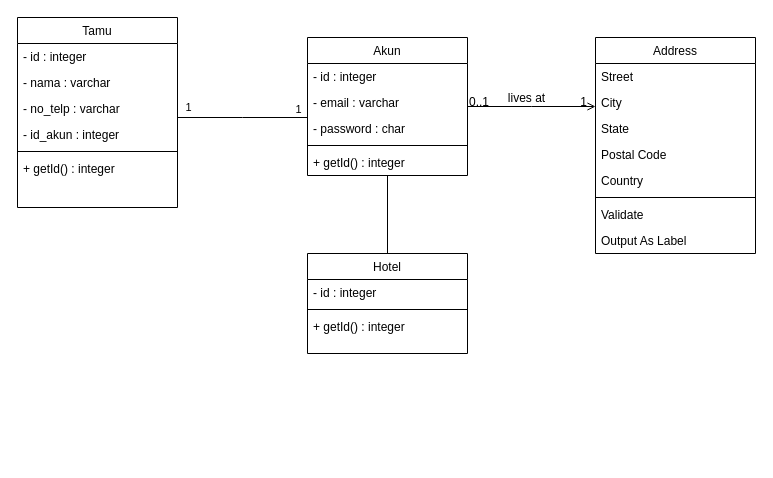
ahmrh/diagrams.net keeps this draw.io diagram as modul8-aps.drawio. Above is the earlier version. Source tidied: cells renumbered, new cells numbered last; positions are measured from the earlier drawing's top-left corner, leaving out a move shared by most shapes. Both pictures are drawn from the tidied source at 100%, with x=0, y=0 at pixel (17, 17).
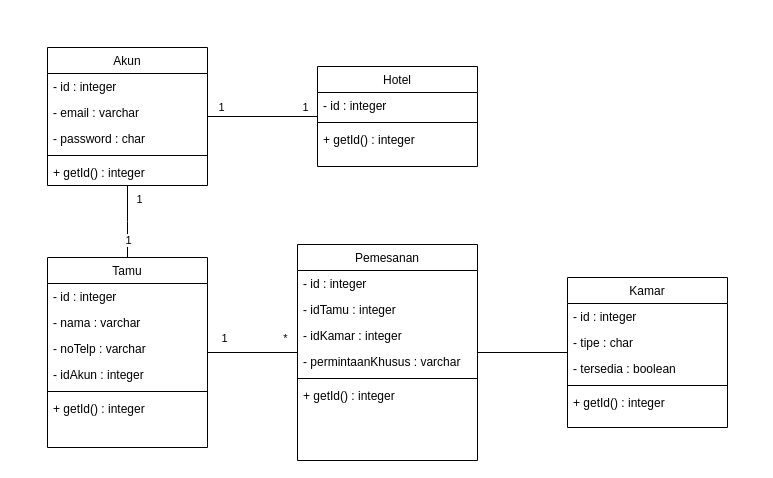
The same diagram, later.

The change refers to these unchanged cells:
```xml
<mxCell id="31" style="edgeStyle=orthogonalEdgeStyle;rounded=0;jettySize=auto;html=1;endArrow=none;endFill=0;" parent="1" edge="1" source="32" target="2">
  <mxGeometry relative="1" as="geometry" />
</mxCell>
```

Diff of the diagram source:
```diff
@@
     <mxCell id="2" value="Akun" style="swimlane;fontStyle=0;align=center;verticalAlign=top;horizontal=1;startSize=26;rounded=0;shadow=0;strokeWidth=1;" parent="1" vertex="1">
-      <mxGeometry x="290" y="20" width="160" height="138" as="geometry" />
+      <mxGeometry x="30" y="30" width="160" height="138" as="geometry" />
     </mxCell>
@@
+    <mxCell id="36" style="edgeStyle=orthogonalEdgeStyle;rounded=0;jettySize=auto;html=1;endArrow=none;endFill=0;" parent="1" edge="1" source="8" target="18">
+      <mxGeometry relative="1" as="geometry" />
+    </mxCell>
+    <mxCell id="37" value="1" style="edgeLabel;html=1;align=center;verticalAlign=middle;" parent="36" vertex="1">
+      <mxGeometry x="-0.64" y="-1" relative="1" as="geometry">
+        <mxPoint y="-16" as="offset" />
+      </mxGeometry>
+    </mxCell>
+    <mxCell id="38" value="*" style="edgeLabel;html=1;align=center;verticalAlign=middle;" parent="36" vertex="1">
+      <mxGeometry x="0.7" relative="1" as="geometry">
+        <mxPoint y="-15" as="offset" />
+      </mxGeometry>
+    </mxCell>
     <mxCell id="8" value="Tamu" style="swimlane;fontStyle=0;align=center;verticalAlign=top;horizontal=1;startSize=26;rounded=0;shadow=0;strokeWidth=1;" parent="1" vertex="1">
-      <mxGeometry width="160" height="190" as="geometry" />
+      <mxGeometry x="30" y="240" width="160" height="190" as="geometry" />
     </mxCell>
@@
-    <mxCell id="11" value="- no_telp : varchar" style="text;align=left;verticalAlign=top;spacingLeft=4;spacingRight=4;overflow=hidden;" parent="8" vertex="1">
+    <mxCell id="11" value="- noTelp : varchar" style="text;align=left;verticalAlign=top;spacingLeft=4;spacingRight=4;overflow=hidden;" parent="8" vertex="1">
       <mxGeometry y="78" width="160" height="26" as="geometry" />
     </mxCell>
-    <mxCell id="12" value="- id_akun : integer" style="text;align=left;verticalAlign=top;spacingLeft=4;spacingRight=4;overflow=hidden;" parent="8" vertex="1">
+    <mxCell id="12" value="- idAkun : integer" style="text;align=left;verticalAlign=top;spacingLeft=4;spacingRight=4;overflow=hidden;" parent="8" vertex="1">
       <mxGeometry y="104" width="160" height="26" as="geometry" />
     </mxCell>
@@
-    <mxCell id="15" style="endArrow=none;endSize=10;endFill=0;shadow=0;strokeWidth=1;rounded=0;edgeStyle=elbowEdgeStyle;elbow=vertical;" parent="1" edge="1">
-      <mxGeometry relative="1" as="geometry">
-        <mxPoint x="160" y="100" as="sourcePoint" />
-        <mxPoint x="290" y="100" as="targetPoint" />
-      </mxGeometry>
+    <mxCell id="15" style="endArrow=none;endSize=10;endFill=0;shadow=0;strokeWidth=1;rounded=0;edgeStyle=elbowEdgeStyle;elbow=vertical;" parent="1" edge="1" source="8" target="2">
+      <mxGeometry relative="1" as="geometry" />
     </mxCell>
@@
     <mxCell id="17" value="1" style="edgeLabel;html=1;align=center;verticalAlign=middle;" parent="15" vertex="1">
       <mxGeometry x="0.45" y="2" relative="1" as="geometry">
-        <mxPoint x="26" y="-7" as="offset" />
+        <mxPoint x="13" y="-7" as="offset" />
       </mxGeometry>
     </mxCell>
+    <mxCell id="39" style="edgeStyle=orthogonalEdgeStyle;rounded=0;jettySize=auto;html=1;endArrow=none;endFill=0;" parent="1" edge="1" source="18" target="42">
+      <mxGeometry relative="1" as="geometry" />
+    </mxCell>
-    <mxCell id="18" value="Address" style="swimlane;fontStyle=0;align=center;verticalAlign=top;horizontal=1;startSize=26;rounded=0;shadow=0;strokeWidth=1;" parent="1" vertex="1">
-      <mxGeometry x="578" y="20" width="160" height="216" as="geometry" />
+    <mxCell id="18" value="Pemesanan" style="swimlane;fontStyle=0;align=center;verticalAlign=top;horizontal=1;startSize=26;rounded=0;shadow=0;strokeWidth=1;" parent="1" vertex="1">
+      <mxGeometry x="280" y="227" width="180" height="216" as="geometry" />
     </mxCell>
-    <mxCell id="19" value="Street" style="text;align=left;verticalAlign=top;spacingLeft=4;spacingRight=4;overflow=hidden;" parent="18" vertex="1">
-      <mxGeometry y="26" width="160" height="26" as="geometry" />
+    <mxCell id="19" value="- id : integer" style="text;align=left;verticalAlign=top;spacingLeft=4;spacingRight=4;overflow=hidden;" parent="18" vertex="1">
+      <mxGeometry y="26" width="180" height="26" as="geometry" />
     </mxCell>
-    <mxCell id="20" value="City" style="text;align=left;verticalAlign=top;spacingLeft=4;spacingRight=4;overflow=hidden;rounded=0;shadow=0;html=0;" parent="18" vertex="1">
-      <mxGeometry y="52" width="160" height="26" as="geometry" />
+    <mxCell id="20" value="- idTamu : integer" style="text;align=left;verticalAlign=top;spacingLeft=4;spacingRight=4;overflow=hidden;rounded=0;shadow=0;html=0;" parent="18" vertex="1">
+      <mxGeometry y="52" width="180" height="26" as="geometry" />
     </mxCell>
-    <mxCell id="21" value="State" style="text;align=left;verticalAlign=top;spacingLeft=4;spacingRight=4;overflow=hidden;rounded=0;shadow=0;html=0;" parent="18" vertex="1">
-      <mxGeometry y="78" width="160" height="26" as="geometry" />
+    <mxCell id="21" value="- idKamar : integer" style="text;align=left;verticalAlign=top;spacingLeft=4;spacingRight=4;overflow=hidden;rounded=0;shadow=0;html=0;" parent="18" vertex="1">
+      <mxGeometry y="78" width="180" height="26" as="geometry" />
     </mxCell>
-    <mxCell id="22" value="Postal Code" style="text;align=left;verticalAlign=top;spacingLeft=4;spacingRight=4;overflow=hidden;rounded=0;shadow=0;html=0;" parent="18" vertex="1">
-      <mxGeometry y="104" width="160" height="26" as="geometry" />
+    <mxCell id="22" value="- permintaanKhusus : varchar" style="text;align=left;verticalAlign=top;spacingLeft=4;spacingRight=4;overflow=hidden;rounded=0;shadow=0;html=0;" parent="18" vertex="1">
+      <mxGeometry y="104" width="180" height="26" as="geometry" />
     </mxCell>
-    <mxCell id="23" value="Country" style="text;align=left;verticalAlign=top;spacingLeft=4;spacingRight=4;overflow=hidden;rounded=0;shadow=0;html=0;" parent="18" vertex="1">
-      <mxGeometry y="130" width="160" height="26" as="geometry" />
-    </mxCell>
     <mxCell id="24" style="line;html=1;strokeWidth=1;align=left;verticalAlign=middle;spacingTop=-1;spacingLeft=3;spacingRight=3;labelPosition=right;" parent="18" vertex="1">
-      <mxGeometry y="156" width="160" height="8" as="geometry" />
+      <mxGeometry y="130" width="180" height="8" as="geometry" />
     </mxCell>
-    <mxCell id="25" value="Validate" style="text;align=left;verticalAlign=top;spacingLeft=4;spacingRight=4;overflow=hidden;" parent="18" vertex="1">
-      <mxGeometry y="164" width="160" height="26" as="geometry" />
+    <mxCell id="25" value="+ getId() : integer" style="text;align=left;verticalAlign=top;spacingLeft=4;spacingRight=4;overflow=hidden;" parent="18" vertex="1">
+      <mxGeometry y="138" width="180" height="26" as="geometry" />
     </mxCell>
-    <mxCell id="26" value="Output As Label" style="text;align=left;verticalAlign=top;spacingLeft=4;spacingRight=4;overflow=hidden;" parent="18" vertex="1">
-      <mxGeometry y="190" width="160" height="26" as="geometry" />
-    </mxCell>
-    <mxCell id="27" style="endArrow=open;shadow=0;strokeWidth=1;rounded=0;endFill=1;edgeStyle=elbowEdgeStyle;elbow=vertical;" parent="1" edge="1" source="2" target="18">
-      <mxGeometry x="0.5" y="41" relative="1" as="geometry">
-        <mxPoint x="-40" y="32" as="offset" />
-      </mxGeometry>
-    </mxCell>
-    <mxCell id="28" value="0..1" style="align=left;verticalAlign=bottom;labelBackgroundColor=none;fontSize=12;" parent="27" vertex="1">
-      <mxGeometry x="-1" relative="1" as="geometry">
-        <mxPoint y="4" as="offset" />
-      </mxGeometry>
-    </mxCell>
-    <mxCell id="29" value="1" style="align=right;verticalAlign=bottom;labelBackgroundColor=none;fontSize=12;" parent="27" vertex="1">
-      <mxGeometry x="1" relative="1" as="geometry">
-        <mxPoint x="-7" y="4" as="offset" />
-      </mxGeometry>
-    </mxCell>
-    <mxCell id="30" value="lives at" style="text;html=1;align=center;verticalAlign=middle;labelBackgroundColor=none;rounded=0;shadow=0;strokeWidth=1;fontSize=12;" parent="27" vertex="1">
-      <mxGeometry x="0.5" y="49" relative="1" as="geometry">
-        <mxPoint x="-38" y="40" as="offset" />
-      </mxGeometry>
-    </mxCell>
@@
+    <mxCell id="40" value="1" style="edgeLabel;html=1;align=center;verticalAlign=middle;" parent="31" vertex="1">
+      <mxGeometry x="-0.67" y="1" relative="1" as="geometry">
+        <mxPoint x="5" y="-11" as="offset" />
+      </mxGeometry>
+    </mxCell>
+    <mxCell id="41" value="1" style="edgeLabel;html=1;align=center;verticalAlign=middle;" parent="31" vertex="1">
+      <mxGeometry x="0.73" y="1" relative="1" as="geometry">
+        <mxPoint x="-2" y="-11" as="offset" />
+      </mxGeometry>
+    </mxCell>
     <mxCell id="32" value="Hotel" style="swimlane;fontStyle=0;align=center;verticalAlign=top;horizontal=1;startSize=26;rounded=0;shadow=0;strokeWidth=1;" parent="1" vertex="1">
-      <mxGeometry x="290" y="236" width="160" height="100" as="geometry" />
+      <mxGeometry x="300" y="49" width="160" height="100" as="geometry" />
     </mxCell>
@@
+    <mxCell id="42" value="Kamar" style="swimlane;fontStyle=0;align=center;verticalAlign=top;horizontal=1;startSize=26;rounded=0;shadow=0;strokeWidth=1;" parent="1" vertex="1">
+      <mxGeometry x="550" y="260" width="160" height="150" as="geometry" />
+    </mxCell>
+    <mxCell id="43" value="- id : integer" style="text;align=left;verticalAlign=top;spacingLeft=4;spacingRight=4;overflow=hidden;" parent="42" vertex="1">
+      <mxGeometry y="26" width="160" height="26" as="geometry" />
+    </mxCell>
+    <mxCell id="44" value="- tipe : char" style="text;align=left;verticalAlign=top;spacingLeft=4;spacingRight=4;overflow=hidden;rounded=0;shadow=0;html=0;" parent="42" vertex="1">
+      <mxGeometry y="52" width="160" height="26" as="geometry" />
+    </mxCell>
+    <mxCell id="45" value="- tersedia : boolean" style="text;align=left;verticalAlign=top;spacingLeft=4;spacingRight=4;overflow=hidden;rounded=0;shadow=0;html=0;" parent="42" vertex="1">
+      <mxGeometry y="78" width="160" height="26" as="geometry" />
+    </mxCell>
+    <mxCell id="46" style="line;html=1;strokeWidth=1;align=left;verticalAlign=middle;spacingTop=-1;spacingLeft=3;spacingRight=3;labelPosition=right;" parent="42" vertex="1">
+      <mxGeometry y="104" width="160" height="8" as="geometry" />
+    </mxCell>
+    <mxCell id="47" value="+ getId() : integer" style="text;align=left;verticalAlign=top;spacingLeft=4;spacingRight=4;overflow=hidden;" parent="42" vertex="1">
+      <mxGeometry y="112" width="160" height="26" as="geometry" />
+    </mxCell>
```
